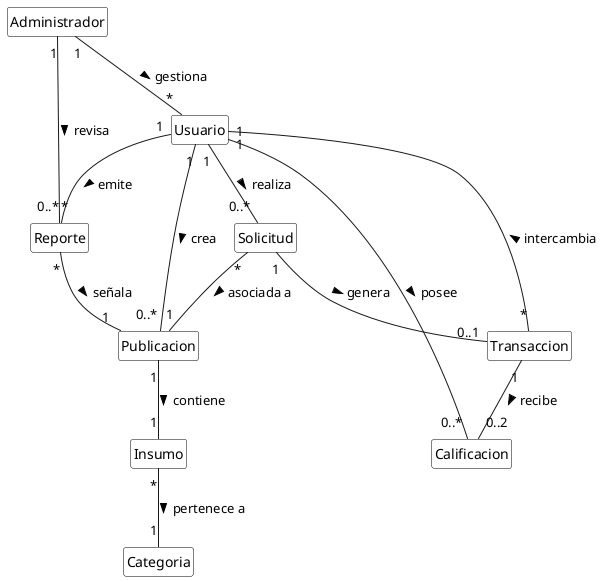
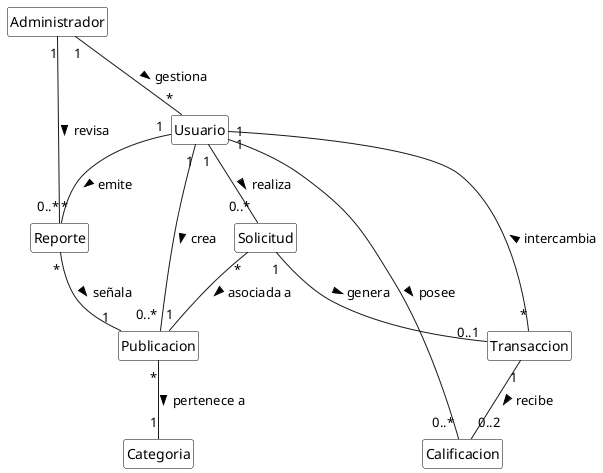
@startuml
' Formato para los modelos de domineo
hide empty members
hide circle
skinparam classBackgroundColor White
skinparam classBorderColor Black

' Definición de Conceptos
class Usuario
class Administrador
class Publicacion
- class Insumo
class Categoria
class Solicitud
class Transaccion
class Calificacion
class Reporte

' Relaciones y Multiplicidades
Usuario "1" -- "0..*" Publicacion : crea >
- Publicacion "1" -- "1" Insumo : contiene >
- Insumo "*" -- "1" Categoria : pertenece a >
+ Publicacion "*" -- "1" Categoria : pertenece a >
+ 

Usuario "1" -- "0..*" Solicitud : realiza >
Solicitud "*" -- "1" Publicacion : asociada a >

Transaccion "1" -- "0..2" Calificacion : recibe >
Usuario "1" -- "0..*" Calificacion : posee >

Solicitud "1" -- "0..1" Transaccion : genera >
Transaccion "*" -- "1" Usuario : intercambia >

Usuario "1" -- "0..*" Reporte : emite >
Reporte "*" -- "1" Publicacion : señala >

Administrador "1" -- "*" Reporte : revisa >
Administrador "1" -- "*" Usuario : gestiona >

@enduml